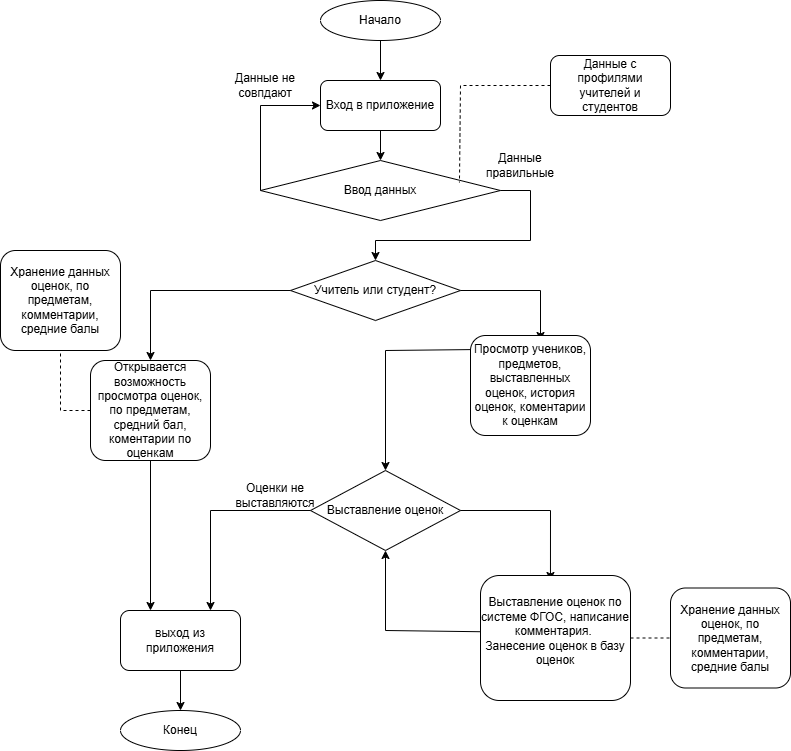
Above: логикаАлексеев.png in PKO001Classroom/PKOvchinnikova_21IS_4semestr_AlekseevDmitriy (draw.io), before the change. Source tidied: cells renumbered, new cells last; positions are measured from the earlier drawing's top-left corner, leaving out a move shared by most shapes.
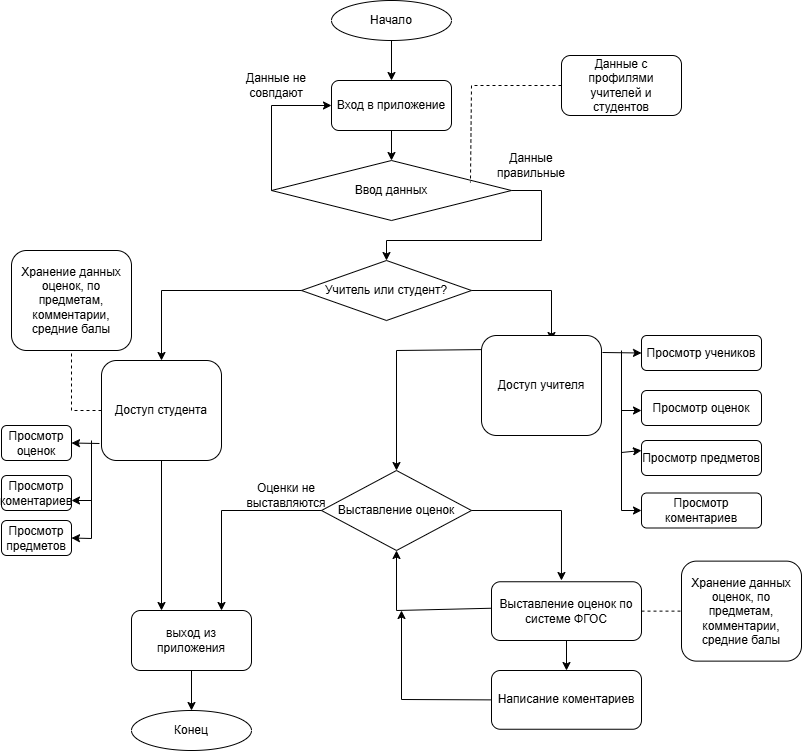
Above is the later version.

Change to the diagram source:
```diff
@@ -104,18 +104,18 @@
     <mxCell id="20" style="endArrow=classic;html=1;rounded=0;exitX=0.013;exitY=0.45;exitDx=0;exitDy=0;entryX=0.5;entryY=1;entryDx=0;entryDy=0;exitPerimeter=0;" parent="1" edge="1" source="23" target="12">
       <mxGeometry relative="1" as="geometry">
         <Array as="points">
-          <mxPoint x="385" y="630" />
+          <mxPoint x="385" y="610" />
         </Array>
       </mxGeometry>
     </mxCell>
-    <mxCell id="21" value="Открывается возможность просмотра оценок, по предметам, средний бал, коментарии по оценкам" style="rounded=1;whiteSpace=wrap;html=1;" parent="1" vertex="1">
+    <mxCell id="21" value="Доступ студента" style="rounded=1;whiteSpace=wrap;html=1;" parent="1" vertex="1">
       <mxGeometry x="90" y="360" width="120" height="100" as="geometry" />
     </mxCell>
-    <mxCell id="22" value="Просмотр учеников, предметов, выставленных оценок, история оценок, коментарии к оценкам" style="rounded=1;whiteSpace=wrap;html=1;" parent="1" vertex="1">
+    <mxCell id="22" value="Доступ учителя" style="rounded=1;whiteSpace=wrap;html=1;" parent="1" vertex="1">
       <mxGeometry x="470" y="335" width="120" height="100" as="geometry" />
     </mxCell>
-    <mxCell id="23" value="Выставление оценок по системе ФГОС, написание комментария.&amp;nbsp;&lt;br&gt;Занесение оценок в базу оценок&lt;br&gt;&lt;div&gt;&lt;br&gt;&lt;/div&gt;" style="rounded=1;whiteSpace=wrap;html=1;" parent="1" vertex="1">
-      <mxGeometry x="480" y="575" width="150" height="125" as="geometry" />
+    <mxCell id="23" value="Выставление оценок по системе ФГОС" style="rounded=1;whiteSpace=wrap;html=1;" parent="1" vertex="1">
+      <mxGeometry x="480" y="581.2" width="150" height="58.8" as="geometry" />
     </mxCell>
     <mxCell id="24" value="Вход в приложение" style="rounded=1;whiteSpace=wrap;html=1;" parent="1" vertex="1">
       <mxGeometry x="320" y="80" width="120" height="50" as="geometry" />
@@ -137,7 +137,7 @@
       <mxGeometry x="550" y="55" width="120" height="60" as="geometry" />
     </mxCell>
     <mxCell id="29" value="Хранение данных оценок, по предметам, комментарии, средние балы" style="rounded=1;whiteSpace=wrap;html=1;" parent="1" vertex="1">
-      <mxGeometry x="670" y="587.5" width="120" height="100" as="geometry" />
+      <mxGeometry x="670" y="560.6" width="120" height="100" as="geometry" />
     </mxCell>
     <mxCell id="30" style="endArrow=none;dashed=1;html=1;rounded=0;exitX=1;exitY=0.5;exitDx=0;exitDy=0;entryX=0;entryY=0.5;entryDx=0;entryDy=0;" parent="1" edge="1" source="23" target="29">
       <mxGeometry relative="1" as="geometry" />
@@ -152,5 +152,80 @@
         </Array>
       </mxGeometry>
     </mxCell>
+    <mxCell id="33" value="Просмотр учеников" style="rounded=1;whiteSpace=wrap;html=1;" parent="1" vertex="1">
+      <mxGeometry x="630" y="335" width="120" height="35" as="geometry" />
+    </mxCell>
+    <mxCell id="34" value="Просмотр оценок&lt;span style=&quot;color: rgba(0, 0, 0, 0); font-family: monospace; font-size: 0px; text-align: start; text-wrap-mode: nowrap;&quot;&gt;%3CmxGraphModel%3E%3Croot%3E%3CmxCell%20id%3D%220%22%2F%3E%3CmxCell%20id%3D%221%22%20parent%3D%220%22%2F%3E%3CmxCell%20id%3D%222%22%20parent%3D%221%22%20style%3D%22rounded%3D1%3BwhiteSpace%3Dwrap%3Bhtml%3D1%3B%22%20value%3D%22%D0%9F%D1%80%D0%BE%D1%81%D0%BC%D0%BE%D1%82%D1%80%20%D1%83%D1%87%D0%B5%D0%BD%D0%B8%D0%BA%D0%BE%D0%B2%22%20vertex%3D%221%22%3E%3CmxGeometry%20height%3D%2235%22%20width%3D%22120%22%20x%3D%22640%22%20y%3D%22345%22%20as%3D%22geometry%22%2F%3E%3C%2FmxCell%3E%3C%2Froot%3E%3C%2FmxGraphModel%3E&lt;/span&gt;" style="rounded=1;whiteSpace=wrap;html=1;" parent="1" vertex="1">
+      <mxGeometry x="630" y="390" width="120" height="35" as="geometry" />
+    </mxCell>
+    <mxCell id="35" value="Просмотр предметов" style="rounded=1;whiteSpace=wrap;html=1;" parent="1" vertex="1">
+      <mxGeometry x="630" y="440" width="120" height="35" as="geometry" />
+    </mxCell>
+    <mxCell id="36" value="Просмотр коментариев" style="rounded=1;whiteSpace=wrap;html=1;" parent="1" vertex="1">
+      <mxGeometry x="630" y="492.5" width="120" height="35" as="geometry" />
+    </mxCell>
+    <mxCell id="37" style="endArrow=classic;html=1;rounded=0;exitX=1.008;exitY=0.17;exitDx=0;exitDy=0;exitPerimeter=0;entryX=0;entryY=0.5;entryDx=0;entryDy=0;" parent="1" edge="1" source="22" target="33">
+      <mxGeometry relative="1" as="geometry" />
+    </mxCell>
+    <mxCell id="38" style="endArrow=classic;html=1;rounded=0;entryX=0;entryY=0.5;entryDx=0;entryDy=0;" parent="1" edge="1" target="36">
+      <mxGeometry relative="1" as="geometry">
+        <mxPoint x="610" y="350" as="sourcePoint" />
+        <Array as="points">
+          <mxPoint x="610" y="510" />
+        </Array>
+      </mxGeometry>
+    </mxCell>
+    <mxCell id="39" style="endArrow=classic;html=1;rounded=0;" parent="1" edge="1">
+      <mxGeometry relative="1" as="geometry">
+        <mxPoint x="610" y="410" as="sourcePoint" />
+        <mxPoint x="630" y="410" as="targetPoint" />
+      </mxGeometry>
+    </mxCell>
+    <mxCell id="40" style="endArrow=classic;html=1;rounded=0;entryX=0;entryY=0.5;entryDx=0;entryDy=0;" parent="1" edge="1">
+      <mxGeometry relative="1" as="geometry">
+        <mxPoint x="610" y="452" as="sourcePoint" />
+        <mxPoint x="630" y="450" as="targetPoint" />
+      </mxGeometry>
+    </mxCell>
+    <mxCell id="41" value="Просмотр оценок" style="rounded=1;whiteSpace=wrap;html=1;" parent="1" vertex="1">
+      <mxGeometry x="-10" y="425" width="70" height="35" as="geometry" />
+    </mxCell>
+    <mxCell id="42" value="Просмотр коментариев" style="rounded=1;whiteSpace=wrap;html=1;" parent="1" vertex="1">
+      <mxGeometry x="-10" y="475" width="70" height="35" as="geometry" />
+    </mxCell>
+    <mxCell id="43" value="Просмотр предметов&lt;span style=&quot;color: rgba(0, 0, 0, 0); font-family: monospace; font-size: 0px; text-align: start; text-wrap-mode: nowrap;&quot;&gt;%3CmxGraphModel%3E%3Croot%3E%3CmxCell%20id%3D%220%22%2F%3E%3CmxCell%20id%3D%221%22%20parent%3D%220%22%2F%3E%3CmxCell%20id%3D%222%22%20parent%3D%221%22%20style%3D%22rounded%3D1%3BwhiteSpace%3Dwrap%3Bhtml%3D1%3B%22%20value%3D%22%D0%9F%D1%80%D0%BE%D1%81%D0%BC%D0%BE%D1%82%D1%80%20%D0%BE%D1%86%D0%B5%D0%BD%D0%BE%D0%BA%22%20vertex%3D%221%22%3E%3CmxGeometry%20height%3D%2235%22%20width%3D%2270%22%20y%3D%22485%22%20as%3D%22geometry%22%2F%3E%3C%2FmxCell%3E%3C%2Froot%3E%3C%2FmxGraphModel%3E&lt;/span&gt;" style="rounded=1;whiteSpace=wrap;html=1;" parent="1" vertex="1">
+      <mxGeometry x="-10" y="520" width="70" height="35" as="geometry" />
+    </mxCell>
+    <mxCell id="44" style="endArrow=classic;html=1;rounded=0;exitX=-0.017;exitY=0.83;exitDx=0;exitDy=0;exitPerimeter=0;entryX=1;entryY=0.5;entryDx=0;entryDy=0;" parent="1" edge="1" source="21" target="41">
+      <mxGeometry relative="1" as="geometry" />
+    </mxCell>
+    <mxCell id="45" style="endArrow=classic;html=1;rounded=0;entryX=1;entryY=0.5;entryDx=0;entryDy=0;" parent="1" edge="1" target="43">
+      <mxGeometry relative="1" as="geometry">
+        <mxPoint x="80" y="440" as="sourcePoint" />
+        <Array as="points">
+          <mxPoint x="80" y="538" />
+        </Array>
+      </mxGeometry>
+    </mxCell>
+    <mxCell id="46" style="endArrow=classic;html=1;rounded=0;" parent="1" edge="1">
+      <mxGeometry relative="1" as="geometry">
+        <mxPoint x="80" y="500" as="sourcePoint" />
+        <mxPoint x="60" y="500" as="targetPoint" />
+      </mxGeometry>
+    </mxCell>
+    <mxCell id="47" value="Написание коментариев" style="rounded=1;whiteSpace=wrap;html=1;" parent="1" vertex="1">
+      <mxGeometry x="480" y="670" width="150" height="58.8" as="geometry" />
+    </mxCell>
+    <mxCell id="48" style="endArrow=classic;html=1;rounded=0;exitX=0;exitY=0.5;exitDx=0;exitDy=0;" parent="1" edge="1" source="47">
+      <mxGeometry relative="1" as="geometry">
+        <mxPoint x="390" y="610" as="targetPoint" />
+        <Array as="points">
+          <mxPoint x="390" y="699" />
+        </Array>
+      </mxGeometry>
+    </mxCell>
+    <mxCell id="49" style="endArrow=classic;html=1;rounded=0;exitX=0.5;exitY=1;exitDx=0;exitDy=0;entryX=0.5;entryY=0;entryDx=0;entryDy=0;" parent="1" edge="1" source="23" target="47">
+      <mxGeometry relative="1" as="geometry" />
+    </mxCell>
   </root>
 </mxGraphModel>
```
